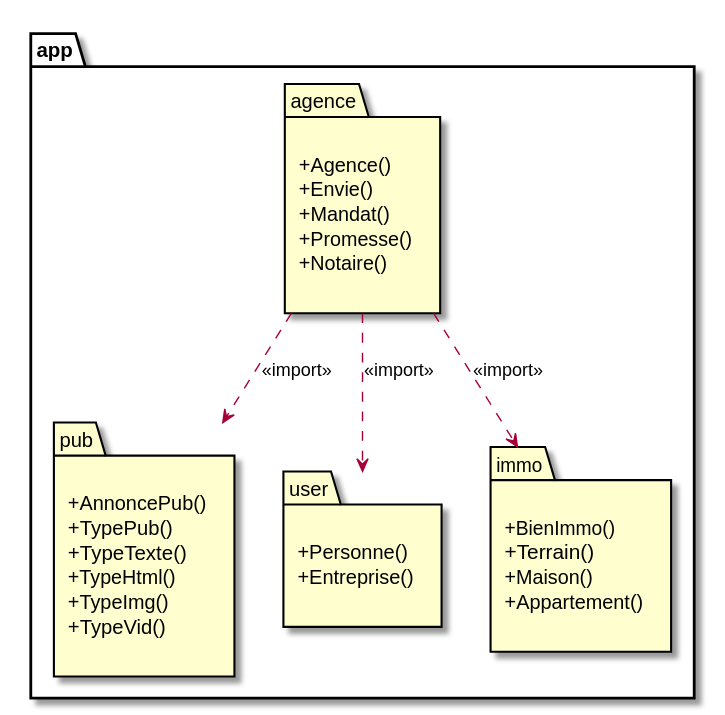
Earlier version of the PlantUML export DOC/UML/diagPackage.svg (DenisGuiraudet/MIASHS_UML_PTUT).
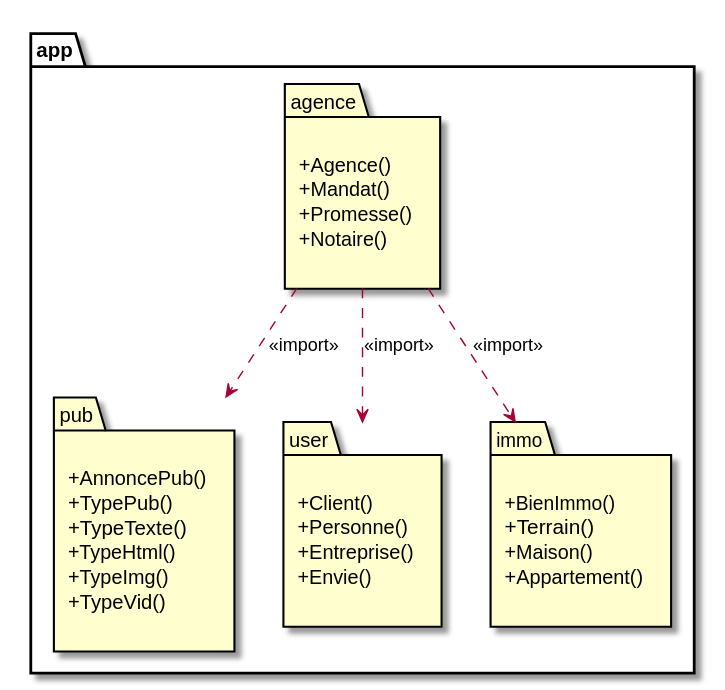
After the commit.

What changed in the source:
```diff
@@ -5,7 +5,6 @@
   folder agence [
 
     +Agence()
-    +Envie()
     +Mandat()
     +Promesse()
     +Notaire()
@@ -25,8 +24,10 @@
 
   folder user [
 
+    +Client()
     +Personne()
     +Entreprise()
+    +Envie()
 
   ]
 
```
